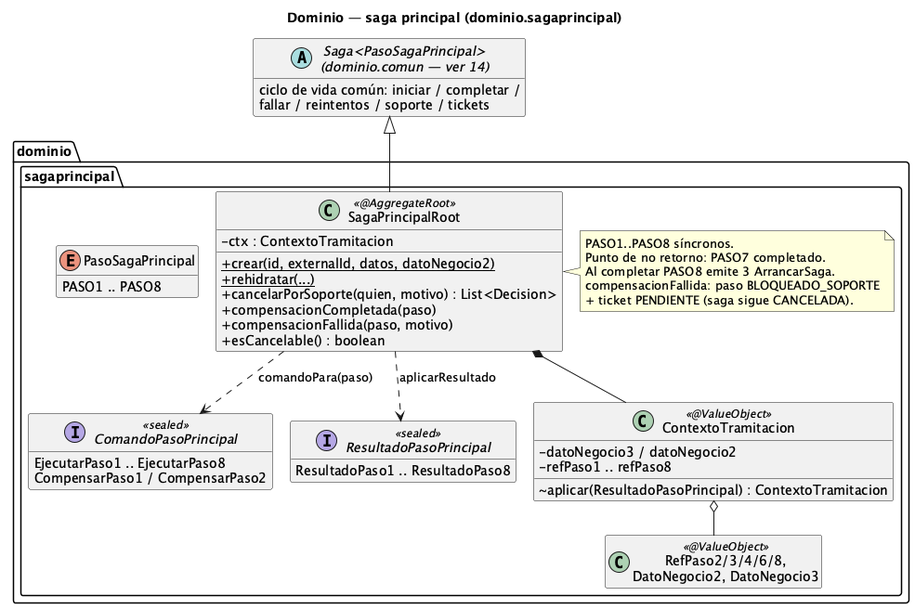
Above: order-manager/docs/15-clases-dominio-saga-principal.png in ralcazar/patrones (PlantUML), before the change.
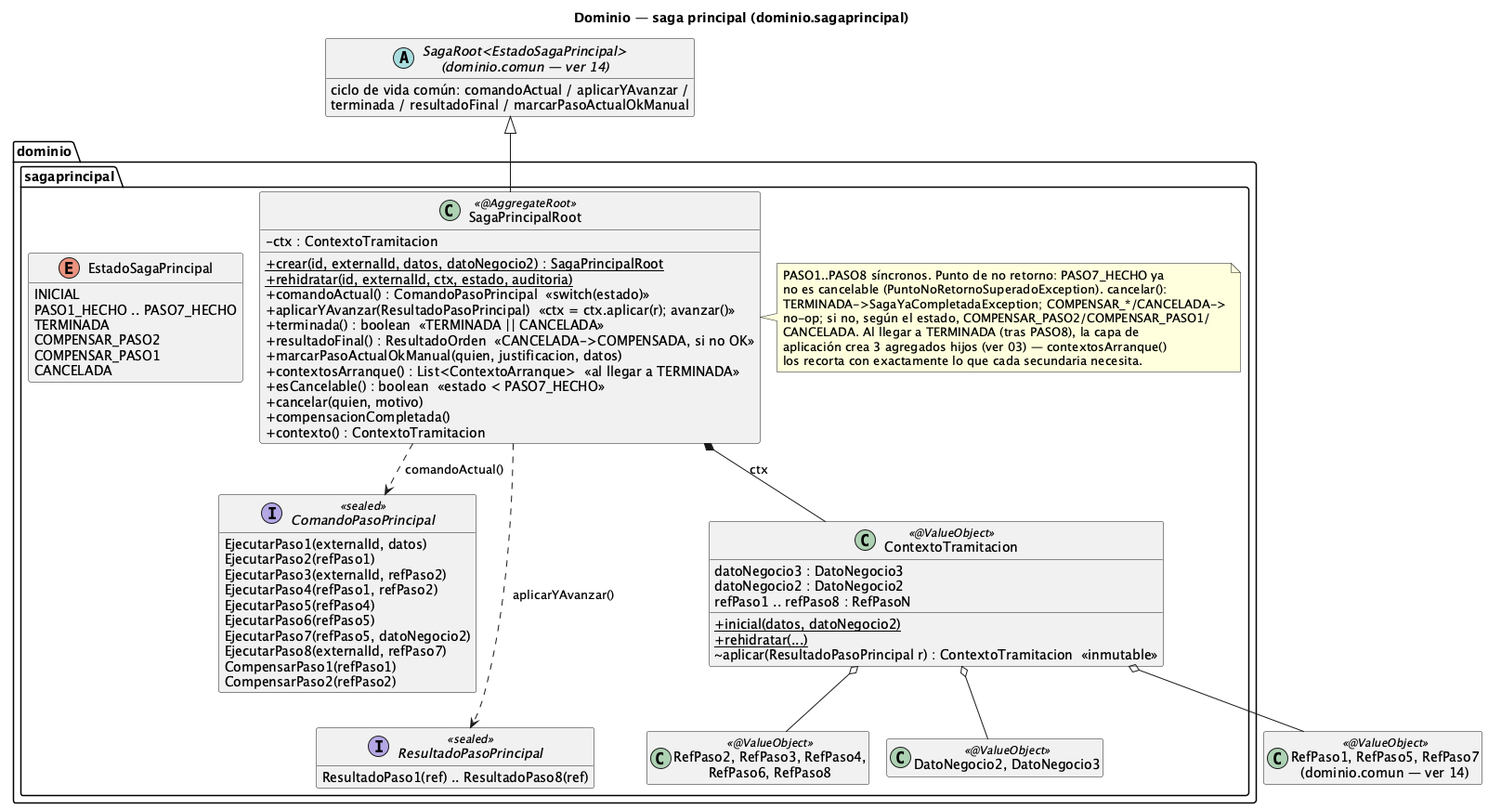
After the commit.

The edit, as a diff of the source:
```diff
@@ -4,51 +4,83 @@
 hide empty members
 skinparam classAttributeIconSize 0
 
-abstract class "Saga<PasoSagaPrincipal>\n(dominio.comun — ver 14)" as Saga {
-  ciclo de vida común: iniciar / completar /
-  fallar / reintentos / soporte / tickets
+abstract class "SagaRoot<EstadoSagaPrincipal>\n(dominio.comun — ver 14)" as SagaRoot {
+  ciclo de vida común: comandoActual / aplicarYAvanzar /
+  terminada / resultadoFinal / marcarPasoActualOkManual
 }
 
 package "dominio.sagaprincipal" {
   class SagaPrincipalRoot <<@AggregateRoot>> {
     -ctx : ContextoTramitacion
-    +{static} crear(id, externalId, datos, datoNegocio2)
-    +{static} rehidratar(...)
-    +cancelarPorSoporte(quien, motivo) : List<Decision>
-    +compensacionCompletada(paso)
-    +compensacionFallida(paso, motivo)
-    +esCancelable() : boolean
+    +{static} crear(id, externalId, datos, datoNegocio2) : SagaPrincipalRoot
+    +{static} rehidratar(id, externalId, ctx, estado, auditoria)
+    +comandoActual() : ComandoPasoPrincipal  «switch(estado)»
+    +aplicarYAvanzar(ResultadoPasoPrincipal)  «ctx = ctx.aplicar(r); avanzar()»
+    +terminada() : boolean  «TERMINADA || CANCELADA»
+    +resultadoFinal() : ResultadoOrden  «CANCELADA->COMPENSADA, si no OK»
+    +marcarPasoActualOkManual(quien, justificacion, datos)
+    +contextosArranque() : List<ContextoArranque>  «al llegar a TERMINADA»
+    +esCancelable() : boolean  «estado < PASO7_HECHO»
+    +cancelar(quien, motivo)
+    +compensacionCompletada()
+    +contexto() : ContextoTramitacion
   }
   note right of SagaPrincipalRoot
-    PASO1..PASO8 síncronos.
-    Punto de no retorno: PASO7 completado.
-    Al completar PASO8 emite 3 ArrancarSaga.
-    compensacionFallida: paso BLOQUEADO_SOPORTE
-    + ticket PENDIENTE (saga sigue CANCELADA).
+    PASO1..PASO8 síncronos. Punto de no retorno: PASO7_HECHO ya
+    no es cancelable (PuntoNoRetornoSuperadoException). cancelar():
+    TERMINADA->SagaYaCompletadaException; COMPENSAR_*/CANCELADA->
+    no-op; si no, según el estado, COMPENSAR_PASO2/COMPENSAR_PASO1/
+    CANCELADA. Al llegar a TERMINADA (tras PASO8), la capa de
+    aplicación crea 3 agregados hijos (ver 03) — contextosArranque()
+    los recorta con exactamente lo que cada secundaria necesita.
   end note
 
-  enum PasoSagaPrincipal {
-    PASO1 .. PASO8
+  enum EstadoSagaPrincipal {
+    INICIAL
+    PASO1_HECHO .. PASO7_HECHO
+    TERMINADA
+    COMPENSAR_PASO2
+    COMPENSAR_PASO1
+    CANCELADA
   }
+
   interface ComandoPasoPrincipal <<sealed>> {
-    EjecutarPaso1 .. EjecutarPaso8
-    CompensarPaso1 / CompensarPaso2
+    EjecutarPaso1(externalId, datos)
+    EjecutarPaso2(refPaso1)
+    EjecutarPaso3(externalId, refPaso2)
+    EjecutarPaso4(refPaso1, refPaso2)
+    EjecutarPaso5(refPaso4)
+    EjecutarPaso6(refPaso5)
+    EjecutarPaso7(refPaso5, datoNegocio2)
+    EjecutarPaso8(externalId, refPaso7)
+    CompensarPaso1(refPaso1)
+    CompensarPaso2(refPaso2)
   }
   interface ResultadoPasoPrincipal <<sealed>> {
-    ResultadoPaso1 .. ResultadoPaso8
+    ResultadoPaso1(ref) .. ResultadoPaso8(ref)
   }
   class ContextoTramitacion <<@ValueObject>> {
-    -datoNegocio3 / datoNegocio2
-    -refPaso1 .. refPaso8
-    ~aplicar(ResultadoPasoPrincipal) : ContextoTramitacion
+    datoNegocio3 : DatoNegocio3
+    datoNegocio2 : DatoNegocio2
+    refPaso1 .. refPaso8 : RefPasoN
+    +{static} inicial(datos, datoNegocio2)
+    +{static} rehidratar(...)
+    ~aplicar(ResultadoPasoPrincipal r) : ContextoTramitacion  «inmutable»
   }
-  class "RefPaso2/3/4/6/8,\nDatoNegocio2, DatoNegocio3" as Refs <<@ValueObject>>
+  class "RefPaso2, RefPaso3, RefPaso4,\nRefPaso6, RefPaso8" as RefsPropias <<@ValueObject>>
+  class "DatoNegocio2, DatoNegocio3" as Datos <<@ValueObject>>
 }
 
-Saga <|-down- SagaPrincipalRoot
-SagaPrincipalRoot *-- ContextoTramitacion
-SagaPrincipalRoot ..> ComandoPasoPrincipal : comandoPara(paso)
-SagaPrincipalRoot ..> ResultadoPasoPrincipal : aplicarResultado
-ContextoTramitacion o-- Refs
-PasoSagaPrincipal -[hidden]down- ComandoPasoPrincipal
+class "RefPaso1, RefPaso5, RefPaso7\n(dominio.comun — ver 14)" as RefsComunes <<@ValueObject>>
+
+SagaRoot <|-down- SagaPrincipalRoot
+SagaPrincipalRoot *-- ContextoTramitacion : ctx
+SagaPrincipalRoot ..> ComandoPasoPrincipal : comandoActual()
+SagaPrincipalRoot ..> ResultadoPasoPrincipal : aplicarYAvanzar()
+ContextoTramitacion o-- RefsPropias
+ContextoTramitacion o-- RefsComunes
+ContextoTramitacion o-- Datos
+
+EstadoSagaPrincipal -[hidden]down- ComandoPasoPrincipal
+ComandoPasoPrincipal -[hidden]down- ResultadoPasoPrincipal
 @enduml
```
